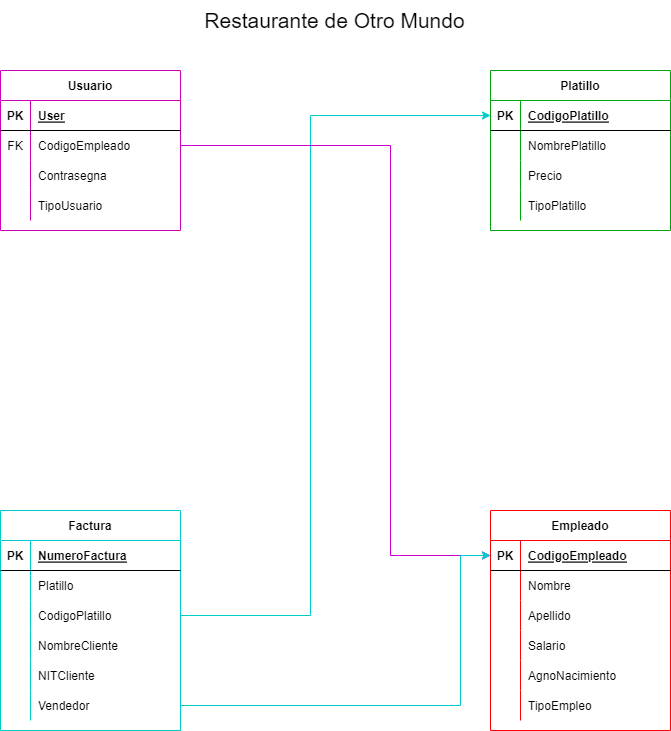
Before: Diagrama sin título.drawio.png, a diagram exported from draw.io (QuijiTS/ProyectoDePractica). Source tidied: cells renumbered, new cells last; positions are measured from the earlier drawing's top-left corner, leaving out a move shared by most shapes. The source it was exported from:
```xml
<mxGraphModel>
  <root>
    <mxCell id="0" />
    <mxCell id="1" parent="0" />
    <mxCell id="2" value="Usuario" style="shape=table;startSize=30;rowLines=0;fontStyle=1;align=center;strokeColor=#CC02B8;" parent="1" vertex="1">
      <mxGeometry y="70" width="180" height="160" as="geometry" />
    </mxCell>
    <mxCell id="3" style="shape=tableRow;horizontal=0;startSize=0;swimlaneHead=0;swimlaneBody=0;fillColor=none;top=0;left=0;right=0;bottom=1;" parent="2" vertex="1">
      <mxGeometry y="30" width="180" height="30" as="geometry" />
    </mxCell>
    <mxCell id="4" value="PK" style="shape=partialRectangle;fillColor=none;top=0;left=0;bottom=0;right=0;fontStyle=1;overflow=hidden;" parent="3" vertex="1">
      <mxGeometry width="30" height="30" as="geometry" />
    </mxCell>
    <mxCell id="5" value="User" style="shape=partialRectangle;fillColor=none;top=0;left=0;bottom=0;right=0;align=left;spacingLeft=6;fontStyle=5;overflow=hidden;" parent="3" vertex="1">
      <mxGeometry x="30" width="150" height="30" as="geometry" />
    </mxCell>
    <mxCell id="6" style="shape=tableRow;horizontal=0;startSize=0;swimlaneHead=0;swimlaneBody=0;fillColor=none;points=[[0,0.5],[1,0.5]];portConstraint=eastwest;top=0;left=0;right=0;bottom=0;" parent="2" vertex="1">
      <mxGeometry y="60" width="180" height="30" as="geometry" />
    </mxCell>
    <mxCell id="7" value="FK" style="shape=partialRectangle;fillColor=none;top=0;left=0;bottom=0;right=0;overflow=hidden;" parent="6" vertex="1">
      <mxGeometry width="30" height="30" as="geometry" />
    </mxCell>
    <mxCell id="8" value="CodigoEmpleado" style="shape=partialRectangle;fillColor=none;top=0;left=0;bottom=0;right=0;align=left;spacingLeft=6;overflow=hidden;" parent="6" vertex="1">
      <mxGeometry x="30" width="150" height="30" as="geometry" />
    </mxCell>
    <mxCell id="9" style="shape=tableRow;horizontal=0;startSize=0;swimlaneHead=0;swimlaneBody=0;fillColor=none;top=0;left=0;right=0;bottom=0;" parent="2" vertex="1">
      <mxGeometry y="90" width="180" height="30" as="geometry" />
    </mxCell>
    <mxCell id="10" style="shape=partialRectangle;fillColor=none;top=0;left=0;bottom=0;right=0;overflow=hidden;" parent="9" vertex="1">
      <mxGeometry width="30" height="30" as="geometry" />
    </mxCell>
    <mxCell id="11" value="Contrasegna" style="shape=partialRectangle;fillColor=none;top=0;left=0;bottom=0;right=0;align=left;spacingLeft=6;overflow=hidden;" parent="9" vertex="1">
      <mxGeometry x="30" width="150" height="30" as="geometry" />
    </mxCell>
    <mxCell id="12" style="shape=tableRow;horizontal=0;startSize=0;swimlaneHead=0;swimlaneBody=0;fillColor=none;top=0;left=0;right=0;bottom=0;" parent="2" vertex="1">
      <mxGeometry y="120" width="180" height="30" as="geometry" />
    </mxCell>
    <mxCell id="13" style="shape=partialRectangle;fillColor=none;top=0;left=0;bottom=0;right=0;overflow=hidden;" parent="12" vertex="1">
      <mxGeometry width="30" height="30" as="geometry" />
    </mxCell>
    <mxCell id="14" value="TipoUsuario" style="shape=partialRectangle;fillColor=none;top=0;left=0;bottom=0;right=0;align=left;spacingLeft=6;overflow=hidden;" parent="12" vertex="1">
      <mxGeometry x="30" width="150" height="30" as="geometry" />
    </mxCell>
    <mxCell id="15" value="Platillo" style="shape=table;startSize=30;rowLines=0;fontStyle=1;align=center;strokeColor=#00A60B;" parent="1" vertex="1">
      <mxGeometry x="490" y="70" width="180" height="160" as="geometry" />
    </mxCell>
    <mxCell id="16" style="shape=tableRow;horizontal=0;startSize=0;swimlaneHead=0;swimlaneBody=0;fillColor=none;points=[[0,0.5],[1,0.5]];portConstraint=eastwest;top=0;left=0;right=0;bottom=1;" parent="15" vertex="1">
      <mxGeometry y="30" width="180" height="30" as="geometry" />
    </mxCell>
    <mxCell id="17" value="PK" style="shape=partialRectangle;fillColor=none;top=0;left=0;bottom=0;right=0;fontStyle=1;overflow=hidden;" parent="16" vertex="1">
      <mxGeometry width="30" height="30" as="geometry" />
    </mxCell>
    <mxCell id="18" value="CodigoPlatillo" style="shape=partialRectangle;fillColor=none;top=0;left=0;bottom=0;right=0;align=left;spacingLeft=6;fontStyle=5;overflow=hidden;" parent="16" vertex="1">
      <mxGeometry x="30" width="150" height="30" as="geometry" />
    </mxCell>
    <mxCell id="19" style="shape=tableRow;horizontal=0;startSize=0;swimlaneHead=0;swimlaneBody=0;fillColor=none;top=0;left=0;right=0;bottom=0;" parent="15" vertex="1">
      <mxGeometry y="60" width="180" height="30" as="geometry" />
    </mxCell>
    <mxCell id="20" style="shape=partialRectangle;fillColor=none;top=0;left=0;bottom=0;right=0;overflow=hidden;" parent="19" vertex="1">
      <mxGeometry width="30" height="30" as="geometry" />
    </mxCell>
    <mxCell id="21" value="NombrePlatillo" style="shape=partialRectangle;fillColor=none;top=0;left=0;bottom=0;right=0;align=left;spacingLeft=6;overflow=hidden;" parent="19" vertex="1">
      <mxGeometry x="30" width="150" height="30" as="geometry" />
    </mxCell>
    <mxCell id="22" style="shape=tableRow;horizontal=0;startSize=0;swimlaneHead=0;swimlaneBody=0;fillColor=none;top=0;left=0;right=0;bottom=0;" parent="15" vertex="1">
      <mxGeometry y="90" width="180" height="30" as="geometry" />
    </mxCell>
    <mxCell id="23" style="shape=partialRectangle;fillColor=none;top=0;left=0;bottom=0;right=0;overflow=hidden;" parent="22" vertex="1">
      <mxGeometry width="30" height="30" as="geometry" />
    </mxCell>
    <mxCell id="24" value="Precio" style="shape=partialRectangle;fillColor=none;top=0;left=0;bottom=0;right=0;align=left;spacingLeft=6;overflow=hidden;" parent="22" vertex="1">
      <mxGeometry x="30" width="150" height="30" as="geometry" />
    </mxCell>
    <mxCell id="25" style="shape=tableRow;horizontal=0;startSize=0;swimlaneHead=0;swimlaneBody=0;fillColor=none;top=0;left=0;right=0;bottom=0;" parent="15" vertex="1">
      <mxGeometry y="120" width="180" height="30" as="geometry" />
    </mxCell>
    <mxCell id="26" style="shape=partialRectangle;fillColor=none;top=0;left=0;bottom=0;right=0;overflow=hidden;" parent="25" vertex="1">
      <mxGeometry width="30" height="30" as="geometry" />
    </mxCell>
    <mxCell id="27" value="TipoPlatillo" style="shape=partialRectangle;fillColor=none;top=0;left=0;bottom=0;right=0;align=left;spacingLeft=6;overflow=hidden;" parent="25" vertex="1">
      <mxGeometry x="30" width="150" height="30" as="geometry" />
    </mxCell>
    <mxCell id="28" value="Factura" style="shape=table;startSize=30;rowLines=0;fontStyle=1;align=center;strokeColor=#00CCCC;" parent="1" vertex="1">
      <mxGeometry y="510" width="180" height="220" as="geometry" />
    </mxCell>
    <mxCell id="29" style="shape=tableRow;horizontal=0;startSize=0;swimlaneHead=0;swimlaneBody=0;fillColor=none;top=0;left=0;right=0;bottom=1;" parent="28" vertex="1">
      <mxGeometry y="30" width="180" height="30" as="geometry" />
    </mxCell>
    <mxCell id="30" value="PK" style="shape=partialRectangle;fillColor=none;top=0;left=0;bottom=0;right=0;fontStyle=1;overflow=hidden;" parent="29" vertex="1">
      <mxGeometry width="30" height="30" as="geometry" />
    </mxCell>
    <mxCell id="31" value="NumeroFactura" style="shape=partialRectangle;fillColor=none;top=0;left=0;bottom=0;right=0;align=left;spacingLeft=6;fontStyle=5;overflow=hidden;" parent="29" vertex="1">
      <mxGeometry x="30" width="150" height="30" as="geometry" />
    </mxCell>
    <mxCell id="32" style="shape=tableRow;horizontal=0;startSize=0;swimlaneHead=0;swimlaneBody=0;fillColor=none;top=0;left=0;right=0;bottom=0;" parent="28" vertex="1">
      <mxGeometry y="60" width="180" height="30" as="geometry" />
    </mxCell>
    <mxCell id="33" style="shape=partialRectangle;fillColor=none;top=0;left=0;bottom=0;right=0;overflow=hidden;" parent="32" vertex="1">
      <mxGeometry width="30" height="30" as="geometry" />
    </mxCell>
    <mxCell id="34" value="Platillo" style="shape=partialRectangle;fillColor=none;top=0;left=0;bottom=0;right=0;align=left;spacingLeft=6;overflow=hidden;verticalAlign=middle;" parent="32" vertex="1">
      <mxGeometry x="30" width="150" height="30" as="geometry" />
    </mxCell>
    <mxCell id="35" style="shape=tableRow;horizontal=0;startSize=0;swimlaneHead=0;swimlaneBody=0;fillColor=none;points=[[0,0.5],[1,0.5]];portConstraint=eastwest;top=0;left=0;right=0;bottom=0;" parent="28" vertex="1">
      <mxGeometry y="90" width="180" height="30" as="geometry" />
    </mxCell>
    <mxCell id="36" style="shape=partialRectangle;fillColor=none;top=0;left=0;bottom=0;right=0;overflow=hidden;" parent="35" vertex="1">
      <mxGeometry width="30" height="30" as="geometry" />
    </mxCell>
    <mxCell id="37" value="CodigoPlatillo" style="shape=partialRectangle;fillColor=none;top=0;left=0;bottom=0;right=0;align=left;spacingLeft=6;overflow=hidden;verticalAlign=middle;" parent="35" vertex="1">
      <mxGeometry x="30" width="150" height="30" as="geometry" />
    </mxCell>
    <mxCell id="38" style="shape=tableRow;horizontal=0;startSize=0;swimlaneHead=0;swimlaneBody=0;fillColor=none;top=0;left=0;right=0;bottom=0;" parent="28" vertex="1">
      <mxGeometry y="120" width="180" height="30" as="geometry" />
    </mxCell>
    <mxCell id="39" style="shape=partialRectangle;fillColor=none;top=0;left=0;bottom=0;right=0;overflow=hidden;" parent="38" vertex="1">
      <mxGeometry width="30" height="30" as="geometry" />
    </mxCell>
    <mxCell id="40" value="NombreCliente" style="shape=partialRectangle;fillColor=none;top=0;left=0;bottom=0;right=0;align=left;spacingLeft=6;overflow=hidden;" parent="38" vertex="1">
      <mxGeometry x="30" width="150" height="30" as="geometry" />
    </mxCell>
    <mxCell id="41" style="shape=tableRow;horizontal=0;startSize=0;swimlaneHead=0;swimlaneBody=0;fillColor=none;top=0;left=0;right=0;bottom=0;" parent="28" vertex="1">
      <mxGeometry y="150" width="180" height="30" as="geometry" />
    </mxCell>
    <mxCell id="42" style="shape=partialRectangle;fillColor=none;top=0;left=0;bottom=0;right=0;overflow=hidden;" parent="41" vertex="1">
      <mxGeometry width="30" height="30" as="geometry" />
    </mxCell>
    <mxCell id="43" value="NITCliente" style="shape=partialRectangle;fillColor=none;top=0;left=0;bottom=0;right=0;align=left;spacingLeft=6;overflow=hidden;" parent="41" vertex="1">
      <mxGeometry x="30" width="150" height="30" as="geometry" />
    </mxCell>
    <mxCell id="44" style="shape=tableRow;horizontal=0;startSize=0;swimlaneHead=0;swimlaneBody=0;fillColor=none;points=[[0,0.5],[1,0.5]];portConstraint=eastwest;top=0;left=0;right=0;bottom=0;" parent="28" vertex="1">
      <mxGeometry y="180" width="180" height="30" as="geometry" />
    </mxCell>
    <mxCell id="45" style="shape=partialRectangle;fillColor=none;top=0;left=0;bottom=0;right=0;overflow=hidden;" parent="44" vertex="1">
      <mxGeometry width="30" height="30" as="geometry" />
    </mxCell>
    <mxCell id="46" value="Vendedor" style="shape=partialRectangle;fillColor=none;top=0;left=0;bottom=0;right=0;align=left;spacingLeft=6;overflow=hidden;" parent="44" vertex="1">
      <mxGeometry x="30" width="150" height="30" as="geometry" />
    </mxCell>
    <mxCell id="47" value="Empleado" style="shape=table;startSize=30;rowLines=0;fontStyle=1;align=center;strokeColor=#FC0008;" parent="1" vertex="1">
      <mxGeometry x="490" y="510" width="180" height="220" as="geometry" />
    </mxCell>
    <mxCell id="48" style="shape=tableRow;horizontal=0;startSize=0;swimlaneHead=0;swimlaneBody=0;fillColor=none;points=[[0,0.5],[1,0.5]];portConstraint=eastwest;top=0;left=0;right=0;bottom=1;" parent="47" vertex="1">
      <mxGeometry y="30" width="180" height="30" as="geometry" />
    </mxCell>
    <mxCell id="49" value="PK" style="shape=partialRectangle;fillColor=none;top=0;left=0;bottom=0;right=0;fontStyle=1;overflow=hidden;" parent="48" vertex="1">
      <mxGeometry width="30" height="30" as="geometry" />
    </mxCell>
    <mxCell id="50" value="CodigoEmpleado" style="shape=partialRectangle;fillColor=none;top=0;left=0;bottom=0;right=0;align=left;spacingLeft=6;fontStyle=5;overflow=hidden;strokeColor=#FC0008;" parent="48" vertex="1">
      <mxGeometry x="30" width="150" height="30" as="geometry" />
    </mxCell>
    <mxCell id="51" style="shape=tableRow;horizontal=0;startSize=0;swimlaneHead=0;swimlaneBody=0;fillColor=none;top=0;left=0;right=0;bottom=0;" parent="47" vertex="1">
      <mxGeometry y="60" width="180" height="30" as="geometry" />
    </mxCell>
    <mxCell id="52" style="shape=partialRectangle;fillColor=none;top=0;left=0;bottom=0;right=0;overflow=hidden;" parent="51" vertex="1">
      <mxGeometry width="30" height="30" as="geometry" />
    </mxCell>
    <mxCell id="53" value="Nombre" style="shape=partialRectangle;fillColor=none;top=0;left=0;bottom=0;right=0;align=left;spacingLeft=6;overflow=hidden;" parent="51" vertex="1">
      <mxGeometry x="30" width="150" height="30" as="geometry" />
    </mxCell>
    <mxCell id="54" style="shape=tableRow;horizontal=0;startSize=0;swimlaneHead=0;swimlaneBody=0;fillColor=none;top=0;left=0;right=0;bottom=0;" parent="47" vertex="1">
      <mxGeometry y="90" width="180" height="30" as="geometry" />
    </mxCell>
    <mxCell id="55" style="shape=partialRectangle;fillColor=none;top=0;left=0;bottom=0;right=0;overflow=hidden;" parent="54" vertex="1">
      <mxGeometry width="30" height="30" as="geometry" />
    </mxCell>
    <mxCell id="56" value="Apellido" style="shape=partialRectangle;fillColor=none;top=0;left=0;bottom=0;right=0;align=left;spacingLeft=6;overflow=hidden;" parent="54" vertex="1">
      <mxGeometry x="30" width="150" height="30" as="geometry" />
    </mxCell>
    <mxCell id="57" style="shape=tableRow;horizontal=0;startSize=0;swimlaneHead=0;swimlaneBody=0;fillColor=none;top=0;left=0;right=0;bottom=0;" parent="47" vertex="1">
      <mxGeometry y="120" width="180" height="30" as="geometry" />
    </mxCell>
    <mxCell id="58" style="shape=partialRectangle;fillColor=none;top=0;left=0;bottom=0;right=0;overflow=hidden;" parent="57" vertex="1">
      <mxGeometry width="30" height="30" as="geometry" />
    </mxCell>
    <mxCell id="59" value="Salario" style="shape=partialRectangle;fillColor=none;top=0;left=0;bottom=0;right=0;align=left;spacingLeft=6;overflow=hidden;" parent="57" vertex="1">
      <mxGeometry x="30" width="150" height="30" as="geometry" />
    </mxCell>
    <mxCell id="60" style="shape=tableRow;horizontal=0;startSize=0;swimlaneHead=0;swimlaneBody=0;fillColor=none;top=0;left=0;right=0;bottom=0;" parent="47" vertex="1">
      <mxGeometry y="150" width="180" height="30" as="geometry" />
    </mxCell>
    <mxCell id="61" style="shape=partialRectangle;fillColor=none;top=0;left=0;bottom=0;right=0;overflow=hidden;" parent="60" vertex="1">
      <mxGeometry width="30" height="30" as="geometry" />
    </mxCell>
    <mxCell id="62" value="AgnoNacimiento" style="shape=partialRectangle;fillColor=none;top=0;left=0;bottom=0;right=0;align=left;spacingLeft=6;overflow=hidden;" parent="60" vertex="1">
      <mxGeometry x="30" width="150" height="30" as="geometry" />
    </mxCell>
    <mxCell id="63" style="shape=tableRow;horizontal=0;startSize=0;swimlaneHead=0;swimlaneBody=0;fillColor=none;top=0;left=0;right=0;bottom=0;" parent="47" vertex="1">
      <mxGeometry y="180" width="180" height="30" as="geometry" />
    </mxCell>
    <mxCell id="64" style="shape=partialRectangle;fillColor=none;top=0;left=0;bottom=0;right=0;overflow=hidden;" parent="63" vertex="1">
      <mxGeometry width="30" height="30" as="geometry" />
    </mxCell>
    <mxCell id="65" value="TipoEmpleo" style="shape=partialRectangle;fillColor=none;top=0;left=0;bottom=0;right=0;align=left;spacingLeft=6;overflow=hidden;" parent="63" vertex="1">
      <mxGeometry x="30" width="150" height="30" as="geometry" />
    </mxCell>
    <mxCell id="66" style="edgeStyle=orthogonalEdgeStyle;rounded=0;jettySize=auto;html=1;exitX=1;exitY=0.5;exitDx=0;exitDy=0;entryX=0;entryY=0.5;entryDx=0;entryDy=0;strokeColor=#00CCCC;" parent="1" edge="1" source="35" target="16">
      <mxGeometry relative="1" as="geometry">
        <Array as="points">
          <mxPoint x="310" y="615" />
          <mxPoint x="310" y="115" />
        </Array>
      </mxGeometry>
    </mxCell>
    <mxCell id="67" style="edgeStyle=orthogonalEdgeStyle;rounded=0;jettySize=auto;html=1;exitX=1;exitY=0.5;exitDx=0;exitDy=0;entryX=0;entryY=0.5;entryDx=0;entryDy=0;strokeColor=#CC00CC;" parent="1" edge="1" source="6" target="48">
      <mxGeometry relative="1" as="geometry">
        <Array as="points">
          <mxPoint x="390" y="145" />
          <mxPoint x="390" y="555" />
        </Array>
      </mxGeometry>
    </mxCell>
    <mxCell id="68" style="edgeStyle=orthogonalEdgeStyle;rounded=0;jettySize=auto;html=1;exitX=1;exitY=0.5;exitDx=0;exitDy=0;entryX=0;entryY=0.5;entryDx=0;entryDy=0;fillColor=#FF0008;strokeColor=#00CCCC;" parent="1" edge="1" source="44" target="48">
      <mxGeometry relative="1" as="geometry">
        <Array as="points">
          <mxPoint x="460" y="705" />
          <mxPoint x="460" y="555" />
        </Array>
      </mxGeometry>
    </mxCell>
    <mxCell id="69" value="Restaurante de Otro Mundo" style="text;html=1;align=center;verticalAlign=middle;strokeColor=none;fillColor=none;fontSize=21;" parent="1" vertex="1">
      <mxGeometry x="194" width="280" height="40" as="geometry" />
    </mxCell>
  </root>
</mxGraphModel>
```
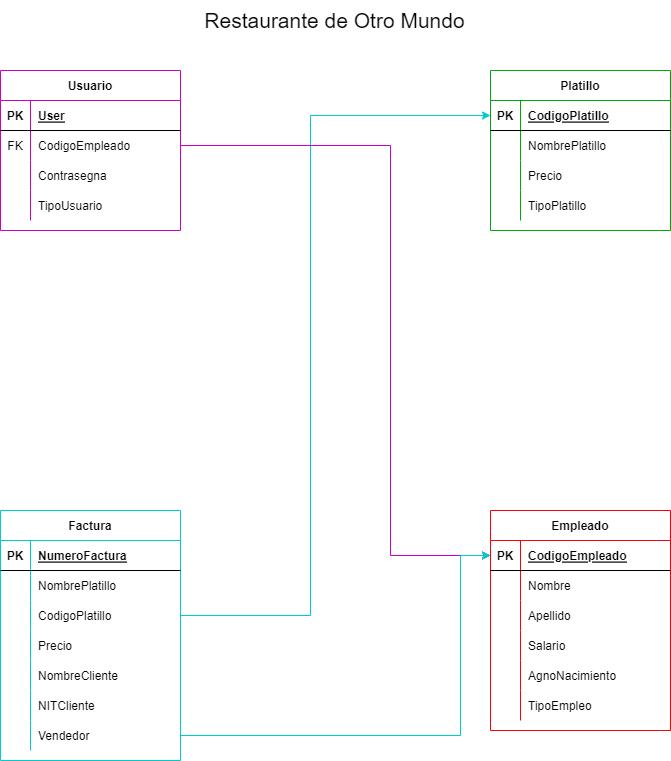
After the change.

The edit, as a diff of the source:
```diff
@@ -81,7 +81,7 @@
       <mxGeometry x="30" width="150" height="30" as="geometry" />
     </mxCell>
     <mxCell id="28" value="Factura" style="shape=table;startSize=30;rowLines=0;fontStyle=1;align=center;strokeColor=#00CCCC;" parent="1" vertex="1">
-      <mxGeometry y="510" width="180" height="220" as="geometry" />
+      <mxGeometry y="510" width="180" height="250" as="geometry" />
     </mxCell>
     <mxCell id="29" style="shape=tableRow;horizontal=0;startSize=0;swimlaneHead=0;swimlaneBody=0;fillColor=none;top=0;left=0;right=0;bottom=1;" parent="28" vertex="1">
       <mxGeometry y="30" width="180" height="30" as="geometry" />
@@ -98,7 +98,7 @@
     <mxCell id="33" style="shape=partialRectangle;fillColor=none;top=0;left=0;bottom=0;right=0;overflow=hidden;" parent="32" vertex="1">
       <mxGeometry width="30" height="30" as="geometry" />
     </mxCell>
-    <mxCell id="34" value="Platillo" style="shape=partialRectangle;fillColor=none;top=0;left=0;bottom=0;right=0;align=left;spacingLeft=6;overflow=hidden;verticalAlign=middle;" parent="32" vertex="1">
+    <mxCell id="34" value="NombrePlatillo" style="shape=partialRectangle;fillColor=none;top=0;left=0;bottom=0;right=0;align=left;spacingLeft=6;overflow=hidden;verticalAlign=middle;" parent="32" vertex="1">
       <mxGeometry x="30" width="150" height="30" as="geometry" />
     </mxCell>
     <mxCell id="35" style="shape=tableRow;horizontal=0;startSize=0;swimlaneHead=0;swimlaneBody=0;fillColor=none;points=[[0,0.5],[1,0.5]];portConstraint=eastwest;top=0;left=0;right=0;bottom=0;" parent="28" vertex="1">
@@ -110,8 +110,17 @@
     <mxCell id="37" value="CodigoPlatillo" style="shape=partialRectangle;fillColor=none;top=0;left=0;bottom=0;right=0;align=left;spacingLeft=6;overflow=hidden;verticalAlign=middle;" parent="35" vertex="1">
       <mxGeometry x="30" width="150" height="30" as="geometry" />
     </mxCell>
+    <mxCell id="70" style="shape=tableRow;horizontal=0;startSize=0;swimlaneHead=0;swimlaneBody=0;fillColor=none;top=0;left=0;right=0;bottom=0;" parent="28" vertex="1">
+      <mxGeometry y="120" width="180" height="30" as="geometry" />
+    </mxCell>
+    <mxCell id="71" style="shape=partialRectangle;fillColor=none;top=0;left=0;bottom=0;right=0;overflow=hidden;" parent="70" vertex="1">
+      <mxGeometry width="30" height="30" as="geometry" />
+    </mxCell>
+    <mxCell id="72" value="Precio" style="shape=partialRectangle;fillColor=none;top=0;left=0;bottom=0;right=0;align=left;spacingLeft=6;overflow=hidden;verticalAlign=middle;" parent="70" vertex="1">
+      <mxGeometry x="30" width="150" height="30" as="geometry" />
+    </mxCell>
     <mxCell id="38" style="shape=tableRow;horizontal=0;startSize=0;swimlaneHead=0;swimlaneBody=0;fillColor=none;top=0;left=0;right=0;bottom=0;" parent="28" vertex="1">
-      <mxGeometry y="120" width="180" height="30" as="geometry" />
+      <mxGeometry y="150" width="180" height="30" as="geometry" />
     </mxCell>
     <mxCell id="39" style="shape=partialRectangle;fillColor=none;top=0;left=0;bottom=0;right=0;overflow=hidden;" parent="38" vertex="1">
       <mxGeometry width="30" height="30" as="geometry" />
@@ -120,7 +129,7 @@
       <mxGeometry x="30" width="150" height="30" as="geometry" />
     </mxCell>
     <mxCell id="41" style="shape=tableRow;horizontal=0;startSize=0;swimlaneHead=0;swimlaneBody=0;fillColor=none;top=0;left=0;right=0;bottom=0;" parent="28" vertex="1">
-      <mxGeometry y="150" width="180" height="30" as="geometry" />
+      <mxGeometry y="180" width="180" height="30" as="geometry" />
     </mxCell>
     <mxCell id="42" style="shape=partialRectangle;fillColor=none;top=0;left=0;bottom=0;right=0;overflow=hidden;" parent="41" vertex="1">
       <mxGeometry width="30" height="30" as="geometry" />
@@ -129,7 +138,7 @@
       <mxGeometry x="30" width="150" height="30" as="geometry" />
     </mxCell>
     <mxCell id="44" style="shape=tableRow;horizontal=0;startSize=0;swimlaneHead=0;swimlaneBody=0;fillColor=none;points=[[0,0.5],[1,0.5]];portConstraint=eastwest;top=0;left=0;right=0;bottom=0;" parent="28" vertex="1">
-      <mxGeometry y="180" width="180" height="30" as="geometry" />
+      <mxGeometry y="210" width="180" height="30" as="geometry" />
     </mxCell>
     <mxCell id="45" style="shape=partialRectangle;fillColor=none;top=0;left=0;bottom=0;right=0;overflow=hidden;" parent="44" vertex="1">
       <mxGeometry width="30" height="30" as="geometry" />
@@ -213,7 +222,7 @@
     <mxCell id="68" style="edgeStyle=orthogonalEdgeStyle;rounded=0;jettySize=auto;html=1;exitX=1;exitY=0.5;exitDx=0;exitDy=0;entryX=0;entryY=0.5;entryDx=0;entryDy=0;fillColor=#FF0008;strokeColor=#00CCCC;" parent="1" edge="1" source="44" target="48">
       <mxGeometry relative="1" as="geometry">
         <Array as="points">
-          <mxPoint x="460" y="705" />
+          <mxPoint x="460" y="735" />
           <mxPoint x="460" y="555" />
         </Array>
       </mxGeometry>
```
